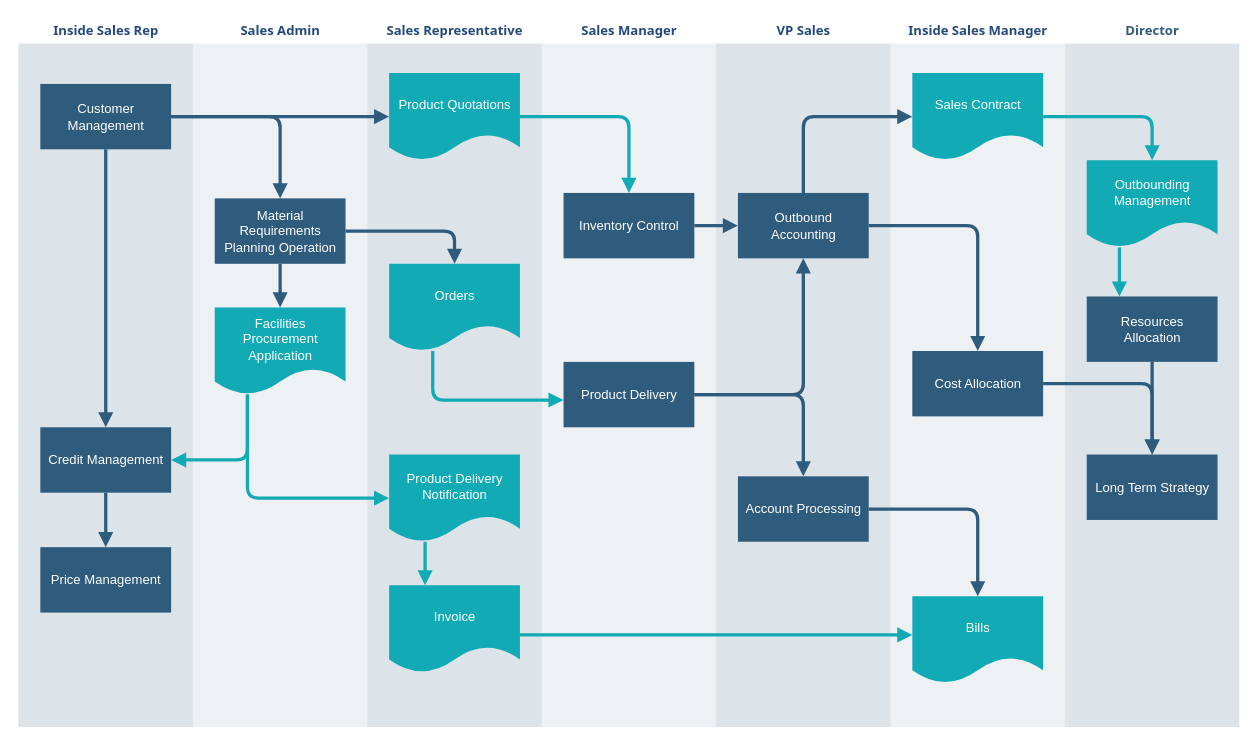
This is Diagrama sin título.drawio from ionii1/Tucano, a draw.io file, before an edit. Source tidied: cells renumbered, new cells numbered last; positions are measured from the earlier drawing's top-left corner, leaving out a move shared by most shapes. Both pictures are drawn from the tidied source at 109%, with x=0, y=0 at pixel (17, 17).
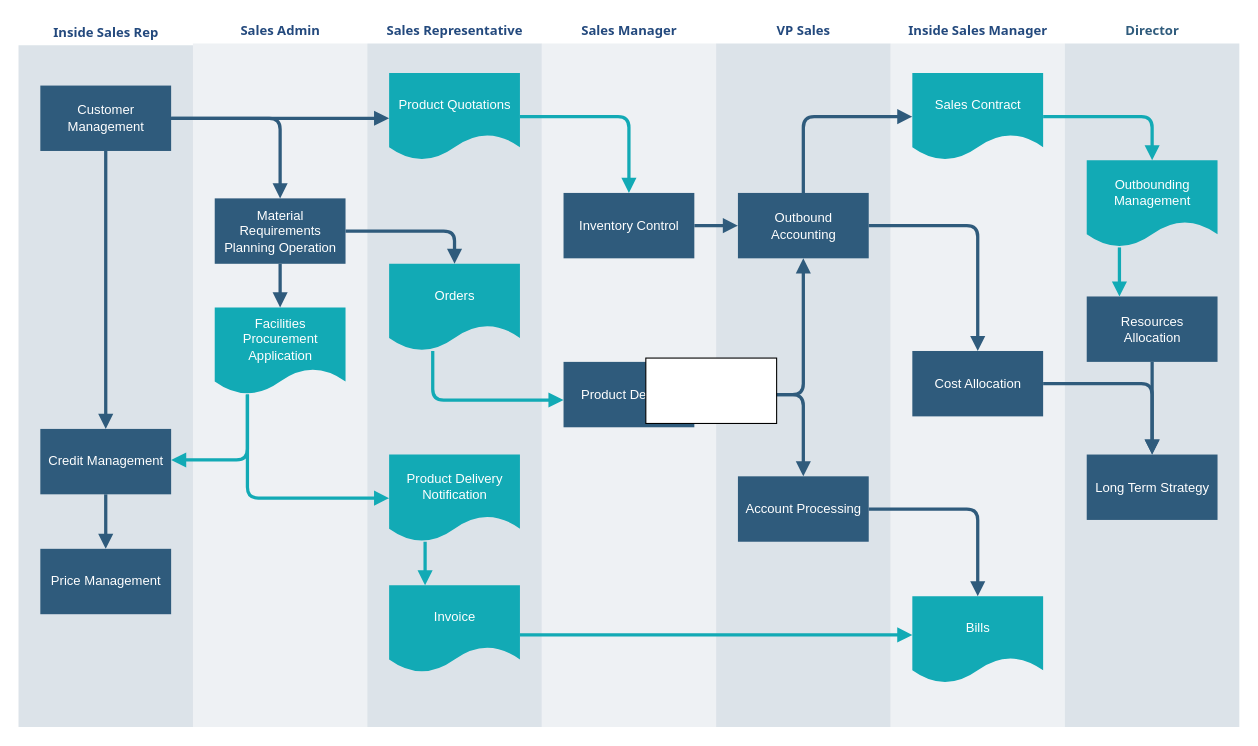
The same diagram, later.

The edit, as a diff of the source:
```diff
@@
     <mxCell id="2" value="&lt;font color=&quot;#23497d&quot;&gt;Inside Sales Rep&lt;/font&gt;" style="swimlane;whiteSpace=wrap;fillColor=none;swimlaneFillColor=#BAC8D3;fontColor=#2F5B7C;fontFamily=Tahoma;html=1;strokeColor=none;opacity=50;" parent="1" vertex="1">
-      <mxGeometry x="0.5" y="0.5" width="160" height="650" as="geometry" />
+      <mxGeometry x="0.5" y="2" width="160" height="648.5" as="geometry" />
     </mxCell>
@@
+    <mxCell id="50" style="whiteSpace=wrap;html=1;" parent="1" vertex="1">
+      <mxGeometry x="576" y="312" width="120" height="60" as="geometry" />
+    </mxCell>
```
